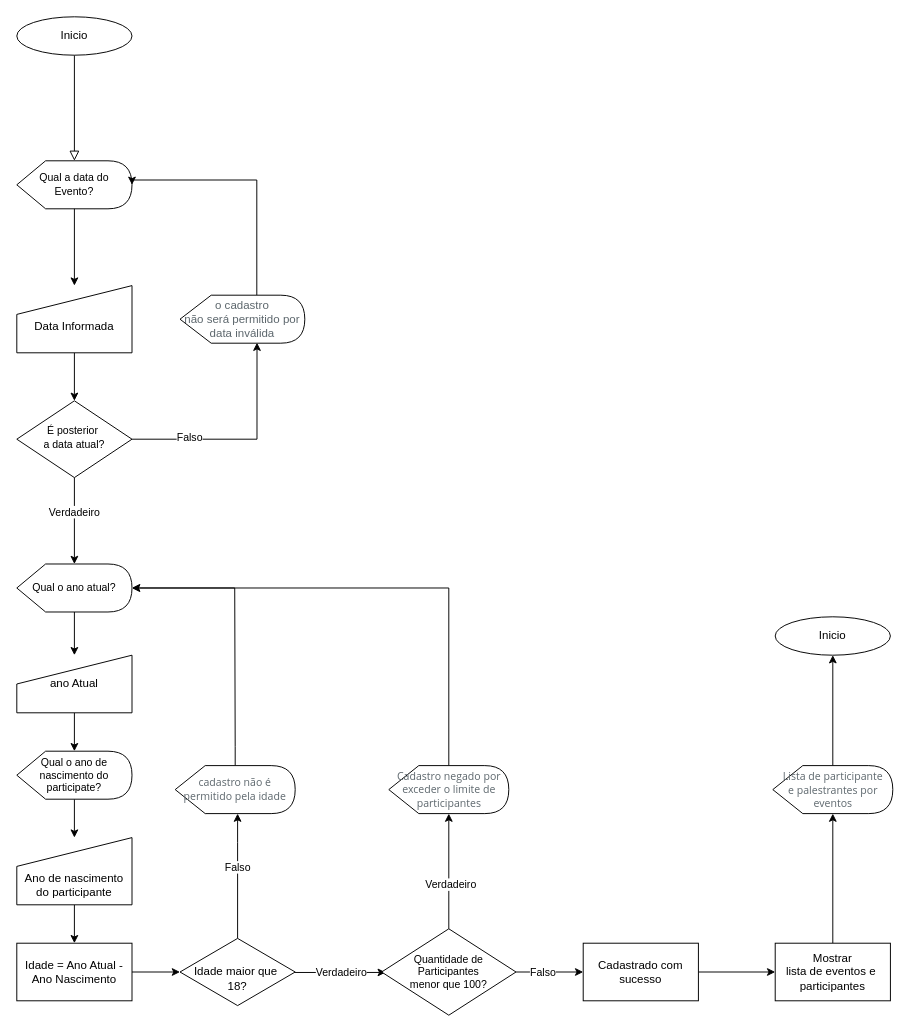
thiagobz/UC8_SistemaDeCadastroDeEvento keeps this draw.io diagram as Untitled Diagram.drawio. Above is the earlier version. Source tidied: cells renumbered, new cells numbered last; positions are measured from the earlier drawing's top-left corner, leaving out a move shared by most shapes. Both pictures are drawn from the tidied source at 96%, with x=0, y=0 at pixel (16, 16).
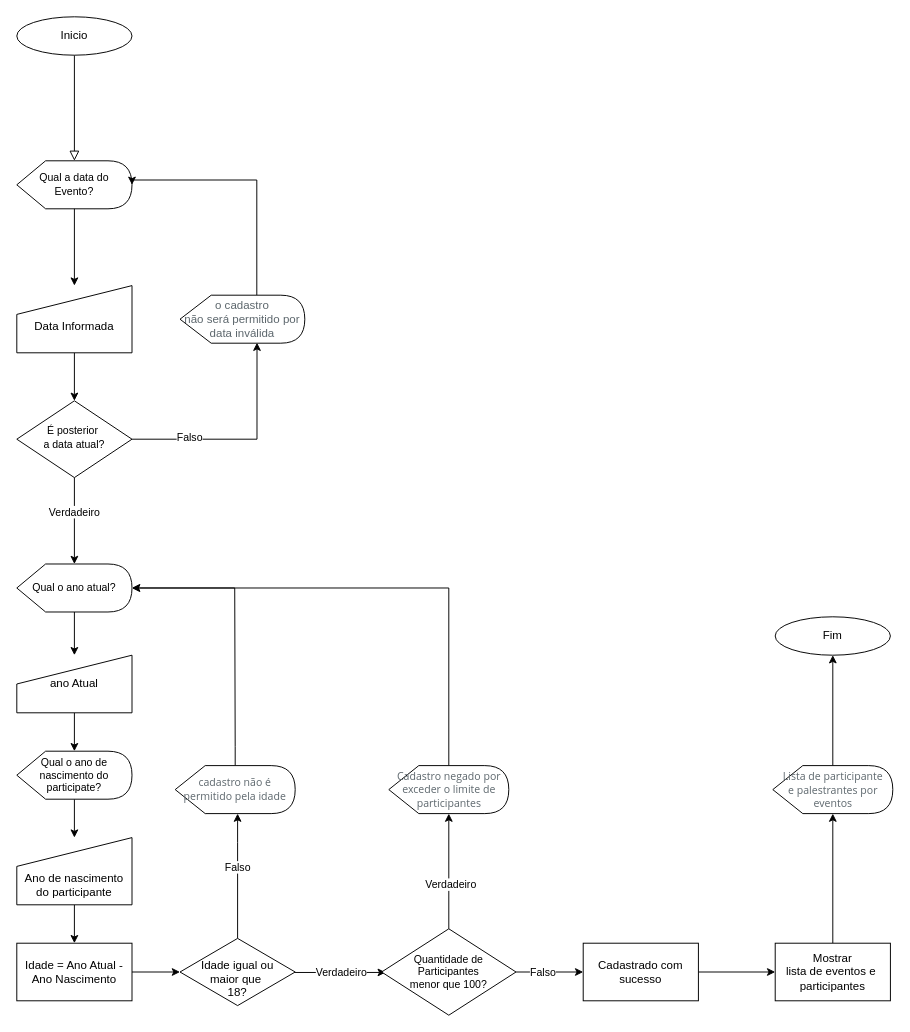
Above is the later version.

Change to the diagram source:
```diff
@@
-    <mxCell id="27" value="&lt;br&gt;Idade maior que&amp;nbsp;&lt;br&gt;18?" style="rhombus;whiteSpace=wrap;html=1;" parent="1" vertex="1">
+    <mxCell id="27" value="&lt;br&gt;Idade igual ou &lt;br&gt;maior que&amp;nbsp;&lt;br&gt;18?" style="rhombus;whiteSpace=wrap;html=1;" parent="1" vertex="1">
       <mxGeometry x="170" y="960" width="120" height="70" as="geometry" />
     </mxCell>
@@
-    <mxCell id="45" value="Inicio" style="ellipse;whiteSpace=wrap;html=1;shadow=0;fontFamily=Helvetica;fontSize=12;fontColor=rgb(0, 0, 0);align=center;strokeColor=rgb(0, 0, 0);strokeWidth=1;fillColor=rgb(255, 255, 255);" parent="1" vertex="1">
+    <mxCell id="45" value="Fim" style="ellipse;whiteSpace=wrap;html=1;shadow=0;fontFamily=Helvetica;fontSize=12;fontColor=rgb(0, 0, 0);align=center;strokeColor=rgb(0, 0, 0);strokeWidth=1;fillColor=rgb(255, 255, 255);" parent="1" vertex="1">
       <mxGeometry x="790" y="625" width="120" height="40" as="geometry" />
     </mxCell>
```
